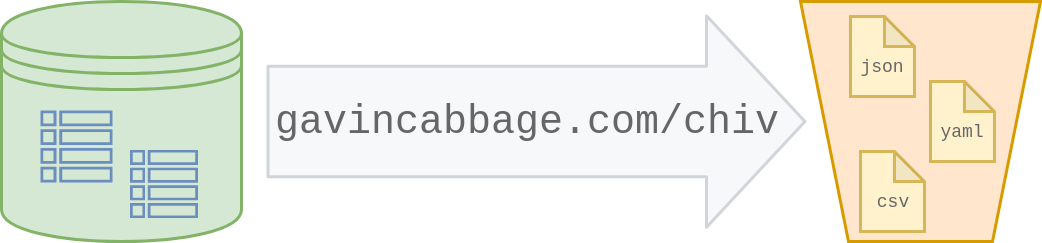
Above: img/chiv.png in gavincabbage/chiv (draw.io), before the change. Source tidied: cells renumbered, new cells last; positions are measured from the earlier drawing's top-left corner, leaving out a move shared by most shapes.
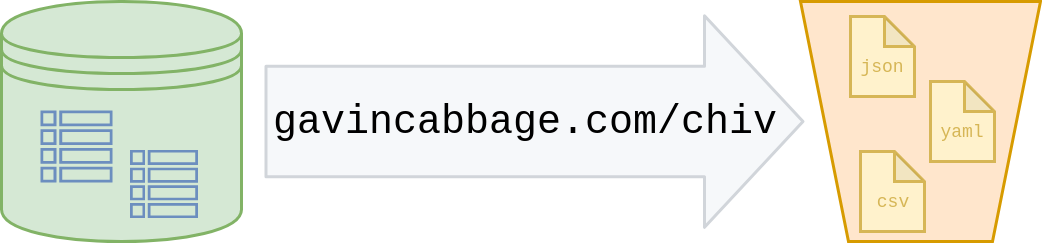
Later version of the same file.

The edit, as a diff of the source:
```diff
@@ -14,24 +14,24 @@
     <mxCell id="5" style="shape=trapezoid;perimeter=trapezoidPerimeter;whiteSpace=wrap;html=1;strokeWidth=3;rotation=-180;labelBackgroundColor=none;fillColor=#ffe6cc;strokeColor=#d79b00;" parent="1" vertex="1">
       <mxGeometry x="799" width="240" height="240" as="geometry" />
     </mxCell>
-    <mxCell id="6" value="&lt;font style=&quot;font-size: 18px&quot; face=&quot;Courier New&quot;&gt;&lt;font&gt;&lt;br&gt;&lt;/font&gt;&lt;font&gt;json&lt;/font&gt;&lt;/font&gt;" style="shape=note;whiteSpace=wrap;html=1;backgroundOutline=1;darkOpacity=0.05;strokeWidth=3;labelBackgroundColor=none;fillColor=#fff2cc;strokeColor=#d6b656;fontColor=#666666;" parent="1" vertex="1">
+    <mxCell id="6" value="&lt;font style=&quot;font-size: 18px&quot; face=&quot;Courier New&quot;&gt;&lt;font&gt;&lt;br&gt;&lt;/font&gt;&lt;font&gt;json&lt;/font&gt;&lt;/font&gt;" style="shape=note;whiteSpace=wrap;html=1;backgroundOutline=1;darkOpacity=0.05;strokeWidth=3;labelBackgroundColor=none;fillColor=#fff2cc;strokeColor=#d6b656;fontColor=#D6B656;" parent="1" vertex="1">
       <mxGeometry x="849" y="15" width="64" height="80" as="geometry" />
     </mxCell>
     <mxCell id="7" style="shape=flexArrow;endArrow=classic;html=1;strokeWidth=3;endSize=31.833333333333336;startSize=6;targetPerimeterSpacing=0;endWidth=98.33333333333334;width=108.33333333333334;labelBackgroundColor=none;fontColor=#666666;strokeColor=#d1d5da;fillColor=#f6f8fa;" parent="1" edge="1">
       <mxGeometry relative="1" as="geometry">
-        <mxPoint x="265" y="120" as="sourcePoint" />
-        <mxPoint x="805" y="120" as="targetPoint" />
+        <mxPoint x="263" y="120" as="sourcePoint" />
+        <mxPoint x="803" y="120" as="targetPoint" />
       </mxGeometry>
     </mxCell>
-    <mxCell id="8" value="&lt;font&gt;&lt;font face=&quot;Courier New&quot; style=&quot;font-size: 40px&quot;&gt;gavincabbage.com/chiv&lt;/font&gt;&lt;br&gt;&lt;/font&gt;" style="text;html=1;align=center;verticalAlign=middle;labelBackgroundColor=none;fontColor=#666666;" parent="7" vertex="1">
+    <mxCell id="8" value="&lt;font&gt;&lt;font face=&quot;Courier New&quot; style=&quot;font-size: 40px&quot;&gt;gavincabbage.com/chiv&lt;/font&gt;&lt;br&gt;&lt;/font&gt;" style="text;html=1;align=center;verticalAlign=middle;labelBackgroundColor=none;fontColor=#000000;" parent="7" vertex="1">
       <mxGeometry x="0.19" relative="1" as="geometry">
         <mxPoint x="-62.5" as="offset" />
       </mxGeometry>
     </mxCell>
-    <mxCell id="9" value="&lt;font style=&quot;font-size: 18px&quot; face=&quot;Courier New&quot;&gt;&lt;font&gt;&lt;br&gt;&lt;/font&gt;&lt;font&gt;yaml&lt;/font&gt;&lt;/font&gt;" style="shape=note;whiteSpace=wrap;html=1;backgroundOutline=1;darkOpacity=0.05;strokeWidth=3;labelBackgroundColor=none;fillColor=#fff2cc;strokeColor=#d6b656;fontColor=#666666;" parent="1" vertex="1">
+    <mxCell id="9" value="&lt;font style=&quot;font-size: 18px&quot; face=&quot;Courier New&quot;&gt;&lt;font&gt;&lt;br&gt;&lt;/font&gt;&lt;font&gt;yaml&lt;/font&gt;&lt;/font&gt;" style="shape=note;whiteSpace=wrap;html=1;backgroundOutline=1;darkOpacity=0.05;strokeWidth=3;labelBackgroundColor=none;fillColor=#fff2cc;strokeColor=#d6b656;fontColor=#D6B656;" parent="1" vertex="1">
       <mxGeometry x="929" y="80" width="64" height="80" as="geometry" />
     </mxCell>
-    <mxCell id="10" value="&lt;font style=&quot;font-size: 18px&quot; face=&quot;Courier New&quot;&gt;&lt;font&gt;&lt;br&gt;&lt;/font&gt;&lt;font&gt;csv&lt;/font&gt;&lt;/font&gt;" style="shape=note;whiteSpace=wrap;html=1;backgroundOutline=1;darkOpacity=0.05;strokeWidth=3;labelBackgroundColor=none;fillColor=#fff2cc;strokeColor=#d6b656;fontColor=#666666;" parent="1" vertex="1">
+    <mxCell id="10" value="&lt;font style=&quot;font-size: 18px&quot; face=&quot;Courier New&quot;&gt;&lt;font&gt;&lt;br&gt;&lt;/font&gt;&lt;font&gt;csv&lt;/font&gt;&lt;/font&gt;" style="shape=note;whiteSpace=wrap;html=1;backgroundOutline=1;darkOpacity=0.05;strokeWidth=3;labelBackgroundColor=none;fillColor=#fff2cc;strokeColor=#d6b656;fontColor=#D6B656;" parent="1" vertex="1">
       <mxGeometry x="859" y="150" width="64" height="80" as="geometry" />
     </mxCell>
   </root>
```
